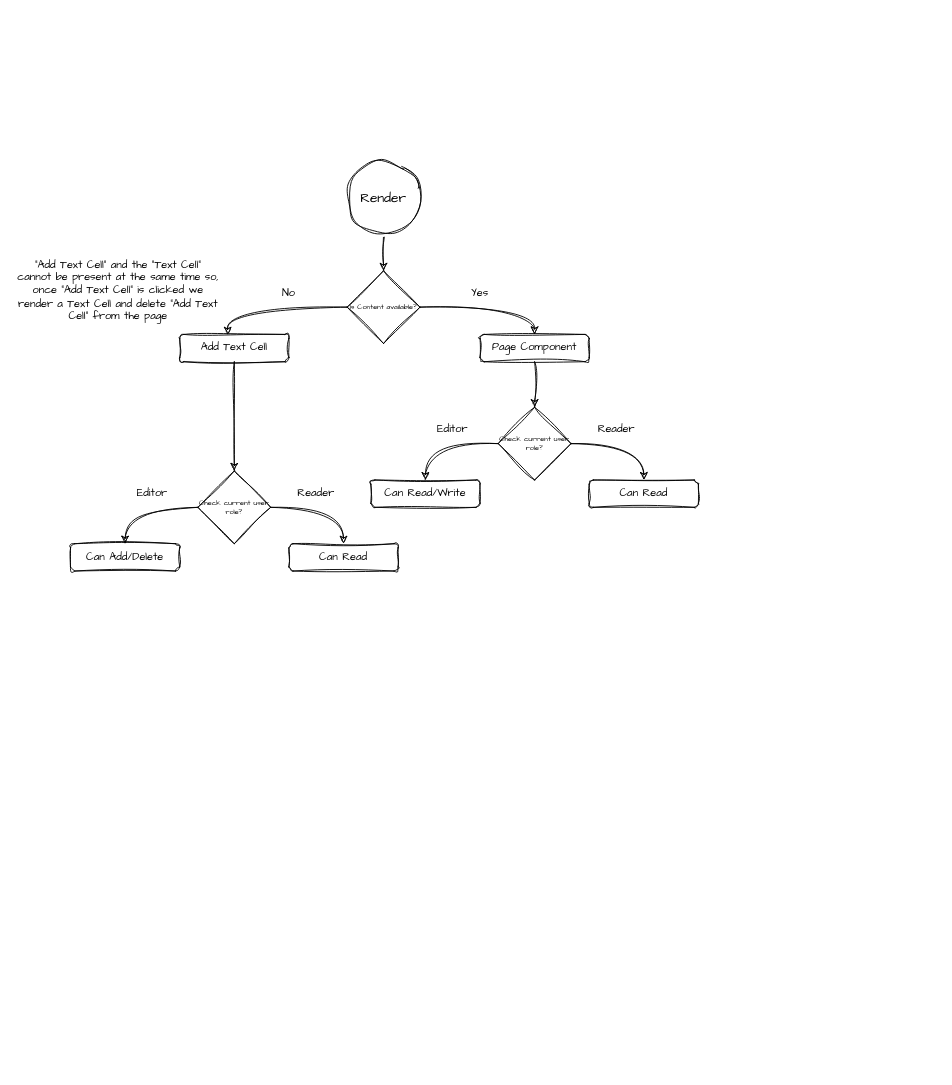
Before: page "Chapter Page" (3 of 3) of docs/design/components/Book.drawio in Rishabh-Dhami/gita, a draw.io diagram. Source tidied: cells renumbered, new cells numbered last; positions are measured from the earlier drawing's top-left corner, leaving out a move shared by most shapes. Both pictures are drawn from the tidied source at 91%, with x=0, y=0 at pixel (15, 161).
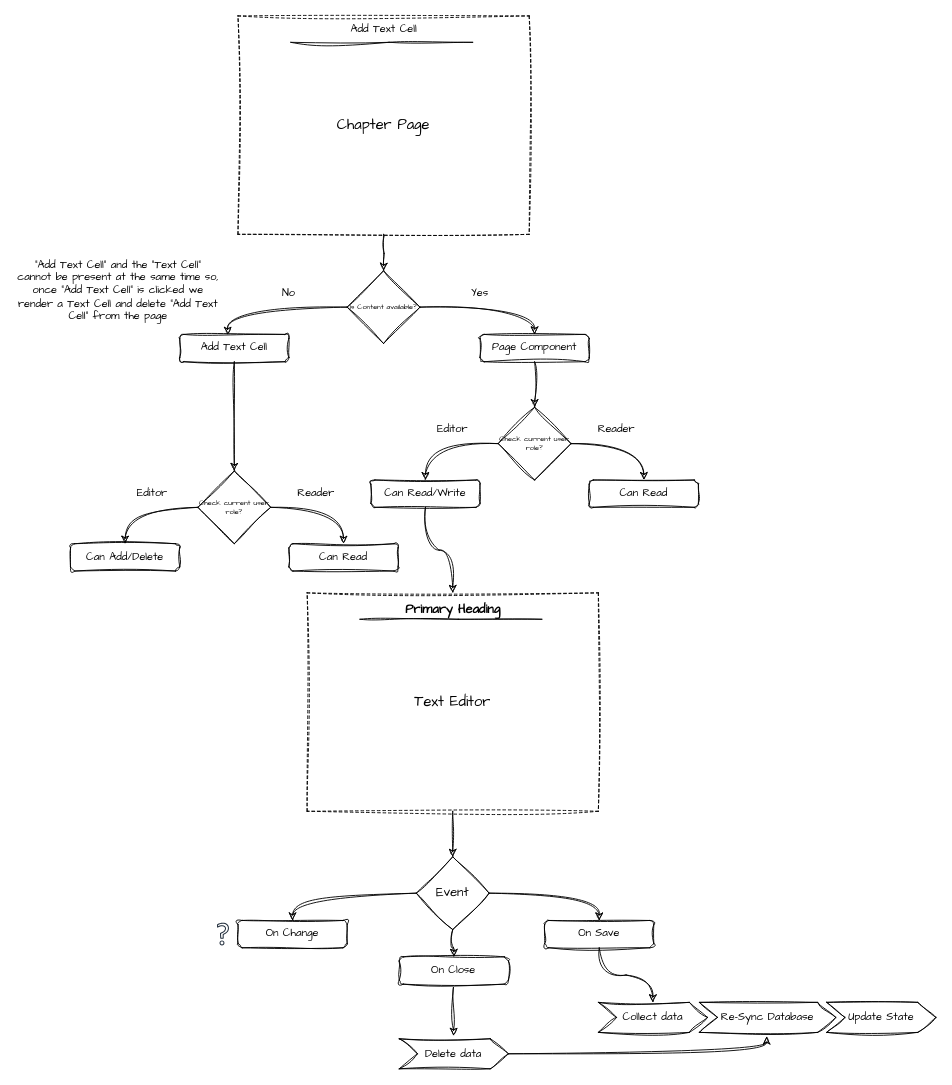
The same page after the edit.

Commit message (it also covers changes not shown here):
Design `<TextEditor />` render and storage resync routines

The change refers to these unchanged cells:
```xml
<mxCell id="8" value="Is Content available?" style="rhombus;whiteSpace=wrap;html=1;fontSize=8;fontFamily=Architects Daughter;sketch=1;curveFitting=1;jiggle=2;" parent="1" vertex="1">
  <mxGeometry x="364" y="120" width="80" height="80" as="geometry" />
</mxCell>
<mxCell id="16" value="Can Read/Write" style="rounded=1;whiteSpace=wrap;html=1;fontFamily=Architects Daughter;sketch=1;curveFitting=1;jiggle=2;" parent="1" vertex="1">
  <mxGeometry x="390" y="350" width="120" height="30" as="geometry" />
</mxCell>
```

The edit, as a diff of the source:
```diff
@@
-    <mxCell id="2" style="edgeStyle=orthogonalEdgeStyle;rounded=0;jettySize=auto;html=1;exitX=0.5;exitY=1;exitDx=0;exitDy=0;entryX=0.5;entryY=0;entryDx=0;entryDy=0;sketch=1;curveFitting=1;jiggle=2;fontFamily=Architects Daughter;" parent="1" edge="1" source="3" target="8">
-      <mxGeometry relative="1" as="geometry" />
+    <mxCell id="2" style="edgeStyle=orthogonalEdgeStyle;rounded=0;jettySize=auto;html=1;exitX=0.5;exitY=1;exitDx=0;exitDy=0;entryX=0.5;entryY=0;entryDx=0;entryDy=0;sketch=1;curveFitting=1;jiggle=2;fontFamily=Architects Daughter;" parent="1" edge="1" target="8">
+      <mxGeometry relative="1" as="geometry">
+        <mxPoint x="404" y="80" as="sourcePoint" />
+      </mxGeometry>
     </mxCell>
-    <mxCell id="3" value="Render" style="ellipse;whiteSpace=wrap;html=1;fontFamily=Architects Daughter;fontSize=15;sketch=1;curveFitting=1;jiggle=2;" parent="1" vertex="1">
-      <mxGeometry x="364" width="80" height="80" as="geometry" />
-    </mxCell>
@@
+    <mxCell id="28" style="edgeStyle=orthogonalEdgeStyle;sketch=1;hachureGap=4;jiggle=2;curveFitting=1;jettySize=auto;html=1;exitX=0.5;exitY=1;exitDx=0;exitDy=0;entryX=0.5;entryY=0;entryDx=0;entryDy=0;fontFamily=Architects Daughter;fontSize=16;curved=1;" parent="1" edge="1" source="16" target="33">
+      <mxGeometry relative="1" as="geometry" />
+    </mxCell>
@@
+    <mxCell id="29" value="Chapter Page" style="rounded=0;whiteSpace=wrap;html=1;fillColor=none;dashed=1;fontSize=16;fontFamily=Architects Daughter;sketch=1;curveFitting=1;jiggle=2;" parent="1" vertex="1">
+      <mxGeometry x="244" y="-160" width="320" height="240" as="geometry" />
+    </mxCell>
+    <mxCell id="30" value="Add Text Cell" style="text;html=1;strokeColor=none;fillColor=none;align=center;verticalAlign=middle;whiteSpace=wrap;rounded=0;sketch=1;curveFitting=1;jiggle=2;fontFamily=Architects Daughter;" parent="1" vertex="1">
+      <mxGeometry x="355.8" y="-155" width="96.5" height="20" as="geometry" />
+    </mxCell>
+    <mxCell id="31" style="endArrow=none;html=1;rounded=0;sketch=1;curveFitting=1;jiggle=2;fontFamily=Architects Daughter;" parent="1" edge="1">
+      <mxGeometry relative="1" as="geometry">
+        <mxPoint x="302" y="-131" as="sourcePoint" />
+        <mxPoint x="502" y="-131" as="targetPoint" />
+        <Array as="points">
+          <mxPoint x="410" y="-131" />
+        </Array>
+      </mxGeometry>
+    </mxCell>
+    <mxCell id="32" style="edgeStyle=orthogonalEdgeStyle;rounded=0;sketch=1;hachureGap=4;jiggle=2;curveFitting=1;jettySize=auto;html=1;exitX=0.5;exitY=1;exitDx=0;exitDy=0;fontFamily=Architects Daughter;fontSize=16;" parent="1" edge="1" source="33" target="39">
+      <mxGeometry relative="1" as="geometry" />
+    </mxCell>
+    <mxCell id="33" value="Text Editor" style="rounded=0;whiteSpace=wrap;html=1;fillColor=none;dashed=1;fontSize=16;fontFamily=Architects Daughter;sketch=1;curveFitting=1;jiggle=2;" parent="1" vertex="1">
+      <mxGeometry x="320" y="474" width="320" height="240" as="geometry" />
+    </mxCell>
+    <mxCell id="34" value="&lt;b&gt;&lt;font style=&quot;font-size: 14px;&quot;&gt;Primary Heading&lt;/font&gt;&lt;/b&gt;" style="text;html=1;strokeColor=none;fillColor=none;align=center;verticalAlign=middle;whiteSpace=wrap;rounded=0;sketch=1;curveFitting=1;jiggle=2;fontFamily=Architects Daughter;" parent="1" vertex="1">
+      <mxGeometry x="418.8" y="483" width="122.5" height="20" as="geometry" />
+    </mxCell>
+    <mxCell id="35" style="endArrow=none;html=1;rounded=0;sketch=1;curveFitting=1;jiggle=2;fontFamily=Architects Daughter;" parent="1" edge="1">
+      <mxGeometry relative="1" as="geometry">
+        <mxPoint x="378" y="503" as="sourcePoint" />
+        <mxPoint x="578" y="503" as="targetPoint" />
+        <Array as="points">
+          <mxPoint x="486" y="503" />
+        </Array>
+      </mxGeometry>
+    </mxCell>
+    <mxCell id="36" style="edgeStyle=orthogonalEdgeStyle;sketch=1;hachureGap=4;jiggle=2;curveFitting=1;jettySize=auto;html=1;exitX=1;exitY=0.5;exitDx=0;exitDy=0;entryX=0.5;entryY=0;entryDx=0;entryDy=0;fontFamily=Architects Daughter;fontSize=16;curved=1;" parent="1" edge="1" source="39" target="42">
+      <mxGeometry relative="1" as="geometry" />
+    </mxCell>
+    <mxCell id="37" style="edgeStyle=orthogonalEdgeStyle;sketch=1;hachureGap=4;jiggle=2;curveFitting=1;jettySize=auto;html=1;exitX=0;exitY=0.5;exitDx=0;exitDy=0;entryX=0.5;entryY=0;entryDx=0;entryDy=0;fontFamily=Architects Daughter;fontSize=16;curved=1;" parent="1" edge="1" source="39" target="40">
+      <mxGeometry relative="1" as="geometry" />
+    </mxCell>
+    <mxCell id="38" style="edgeStyle=orthogonalEdgeStyle;sketch=1;hachureGap=4;jiggle=2;curveFitting=1;jettySize=auto;html=1;exitX=0.5;exitY=1;exitDx=0;exitDy=0;fontFamily=Architects Daughter;fontSize=16;curved=1;" parent="1" edge="1" source="39" target="44">
+      <mxGeometry relative="1" as="geometry" />
+    </mxCell>
+    <mxCell id="39" value="&lt;font style=&quot;font-size: 14px;&quot;&gt;Event&lt;/font&gt;" style="rhombus;whiteSpace=wrap;html=1;fontSize=8;fontFamily=Architects Daughter;sketch=1;curveFitting=1;jiggle=2;" parent="1" vertex="1">
+      <mxGeometry x="440" y="764" width="80" height="80" as="geometry" />
+    </mxCell>
+    <mxCell id="40" value="On Change" style="rounded=1;whiteSpace=wrap;html=1;fontFamily=Architects Daughter;sketch=1;curveFitting=1;jiggle=2;" parent="1" vertex="1">
+      <mxGeometry x="244" y="834" width="120" height="30" as="geometry" />
+    </mxCell>
+    <mxCell id="41" style="edgeStyle=orthogonalEdgeStyle;sketch=1;hachureGap=4;jiggle=2;curveFitting=1;jettySize=auto;html=1;exitX=0.5;exitY=1;exitDx=0;exitDy=0;fontFamily=Architects Daughter;fontSize=16;curved=1;" parent="1" edge="1" source="42" target="45">
+      <mxGeometry relative="1" as="geometry" />
+    </mxCell>
+    <mxCell id="42" value="On Save" style="rounded=1;whiteSpace=wrap;html=1;fontFamily=Architects Daughter;sketch=1;curveFitting=1;jiggle=2;" parent="1" vertex="1">
+      <mxGeometry x="581" y="834" width="120" height="30" as="geometry" />
+    </mxCell>
+    <mxCell id="43" style="edgeStyle=orthogonalEdgeStyle;sketch=1;hachureGap=4;jiggle=2;curveFitting=1;jettySize=auto;html=1;exitX=0.5;exitY=1;exitDx=0;exitDy=0;entryX=0.497;entryY=-0.101;entryDx=0;entryDy=0;entryPerimeter=0;fontFamily=Architects Daughter;fontSize=16;curved=1;" parent="1" edge="1" source="44" target="49">
+      <mxGeometry relative="1" as="geometry" />
+    </mxCell>
+    <mxCell id="44" value="On Close" style="rounded=1;whiteSpace=wrap;html=1;fontFamily=Architects Daughter;sketch=1;curveFitting=1;jiggle=2;" parent="1" vertex="1">
+      <mxGeometry x="421.2" y="874" width="120" height="30" as="geometry" />
+    </mxCell>
+    <mxCell id="45" value="Collect data" style="shape=step;perimeter=stepPerimeter;fixedSize=1;points=[];whiteSpace=wrap;html=1;rounded=0;sketch=1;jiggle=2;curveFitting=1;strokeColor=default;fontFamily=Architects Daughter;fontSize=12;fontColor=default;fillColor=none;" parent="1" vertex="1">
+      <mxGeometry x="640" y="924" width="120" height="33" as="geometry" />
+    </mxCell>
+    <mxCell id="46" value="Re-Sync Database" style="shape=step;perimeter=stepPerimeter;fixedSize=1;points=[];whiteSpace=wrap;html=1;rounded=0;sketch=1;jiggle=2;curveFitting=1;strokeColor=default;fontFamily=Architects Daughter;fontSize=12;fontColor=default;fillColor=none;" parent="1" vertex="1">
+      <mxGeometry x="751" y="924" width="150" height="33" as="geometry" />
+    </mxCell>
+    <mxCell id="47" value="Update State" style="shape=step;perimeter=stepPerimeter;fixedSize=1;whiteSpace=wrap;html=1;rounded=0;sketch=1;jiggle=2;curveFitting=1;strokeColor=default;fontFamily=Architects Daughter;fontSize=12;fontColor=default;fillColor=none;" parent="1" vertex="1">
+      <mxGeometry x="891" y="924" width="120" height="33" as="geometry" />
+    </mxCell>
+    <mxCell id="48" style="edgeStyle=orthogonalEdgeStyle;sketch=1;hachureGap=4;jiggle=2;curveFitting=1;jettySize=auto;html=1;entryX=0.493;entryY=1.138;entryDx=0;entryDy=0;entryPerimeter=0;fontFamily=Architects Daughter;fontSize=16;curved=1;" parent="1" edge="1" source="49" target="46">
+      <mxGeometry relative="1" as="geometry" />
+    </mxCell>
+    <mxCell id="49" value="Delete data" style="shape=step;perimeter=stepPerimeter;fixedSize=1;points=[];whiteSpace=wrap;html=1;rounded=0;sketch=1;jiggle=2;curveFitting=1;strokeColor=default;fontFamily=Architects Daughter;fontSize=12;fontColor=default;fillColor=none;" parent="1" vertex="1">
+      <mxGeometry x="421.2" y="964" width="120" height="33" as="geometry" />
+    </mxCell>
+    <mxCell id="50" style="sketch=0;fontColor=#232F3E;gradientColor=none;fillColor=#232F3D;strokeColor=none;dashed=0;verticalLabelPosition=bottom;verticalAlign=top;align=center;html=1;fontSize=12;fontStyle=0;shape=mxgraph.aws4.question;hachureGap=4;jiggle=2;curveFitting=1;fontFamily=Architects Daughter;" parent="1" vertex="1">
+      <mxGeometry x="221" y="836.5" width="13.1" height="25" as="geometry" />
+    </mxCell>
```
